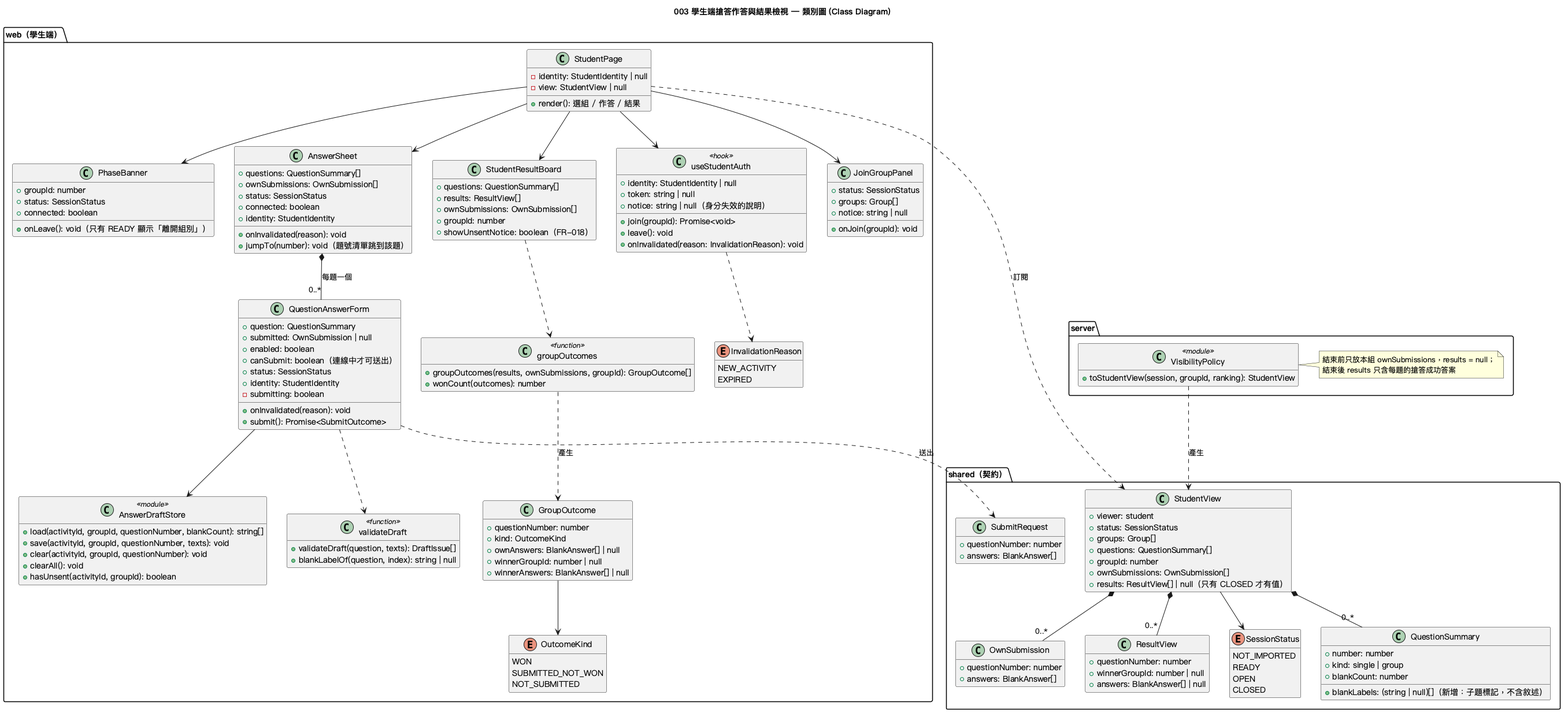
This is diagrams/003-student-quiz-participation-class.png from kevin20694569/classroom_response_system, a PlantUML export, as it was before one commit.
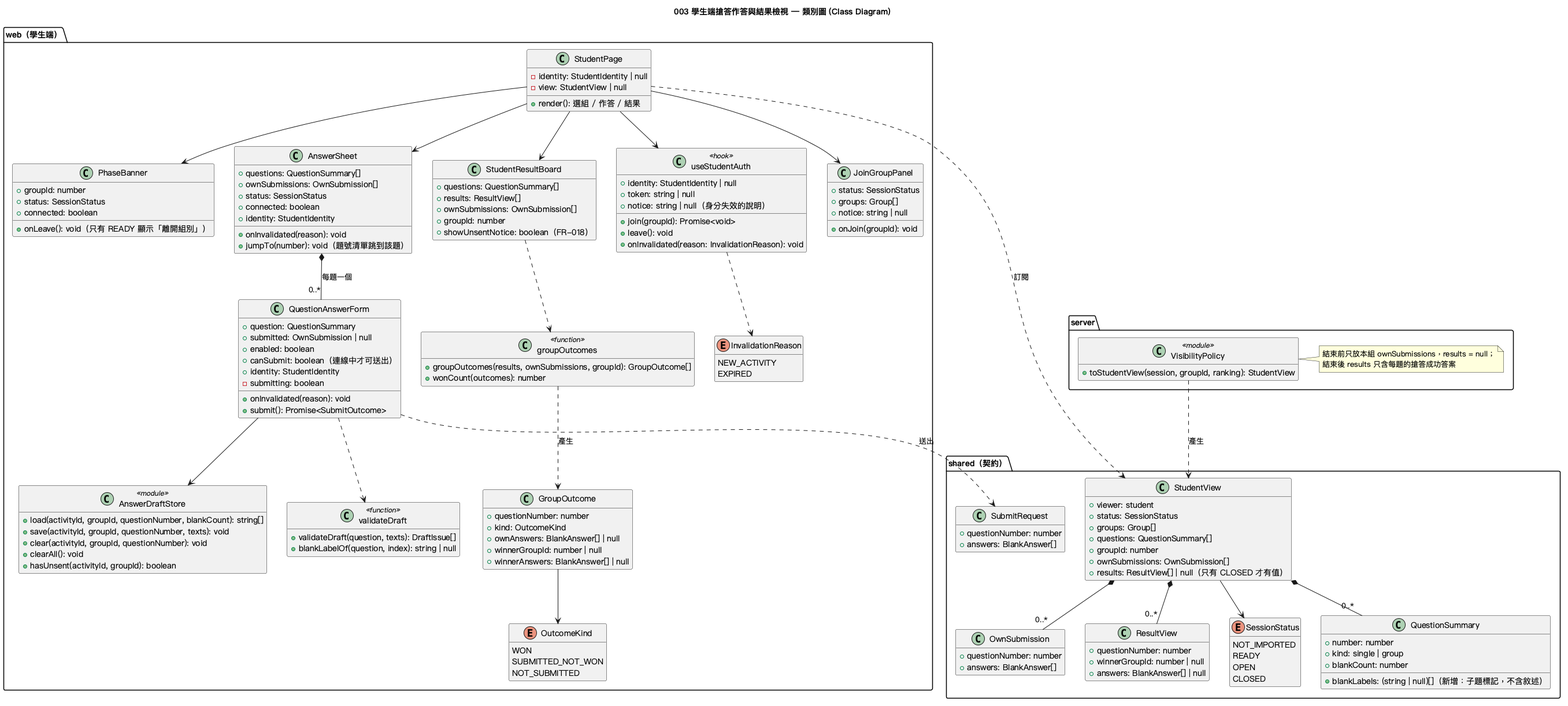
After the change.

Change to the diagram source:
```diff
@@ -99,7 +99,6 @@
     +submitted: OwnSubmission | null
     +enabled: boolean
     +canSubmit: boolean（連線中才可送出）
-    +status: SessionStatus
     +identity: StudentIdentity
     +onInvalidated(reason): void
     -submitting: boolean
```
